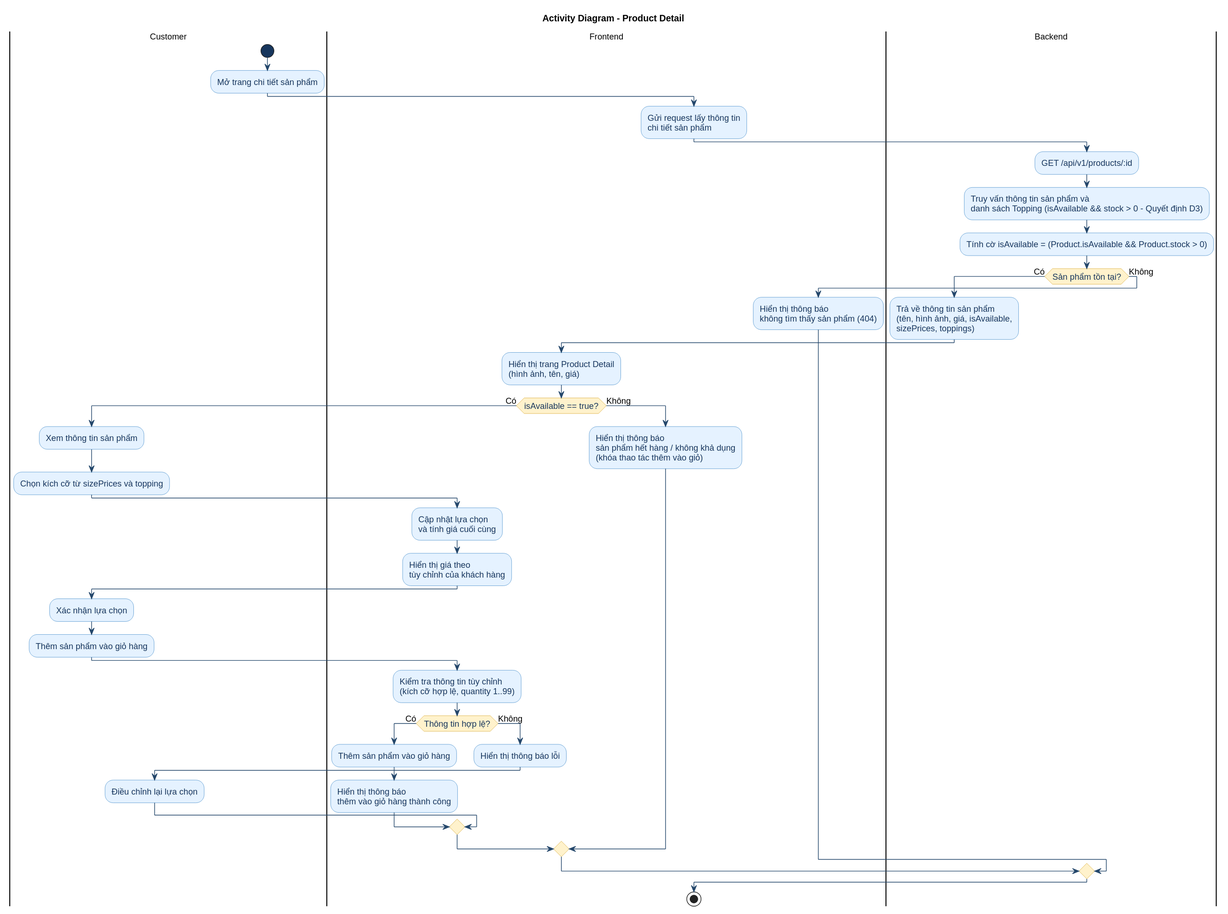
This is docs/diagrams/activity-product-detail.svg from Call-MeK/BrewLite_assignment_2, a PlantUML export, as it was before one commit. Source of this version:
```plantuml
@startuml
title Activity Diagram - Product Detail

skinparam backgroundColor white
skinparam shadowing false
skinparam defaultFontName Arial
skinparam defaultFontSize 13
skinparam ArrowColor #24476B

skinparam activity {
    BackgroundColor #E5F2FF
    BorderColor #3984C6
    FontColor #17365D
    DiamondBackgroundColor #FFF2CC
    DiamondBorderColor #D6A323
    StartColor #17365D
    EndColor #17365D
    BarColor #3984C6
}

|Customer|
start
:Mở trang chi tiết sản phẩm;

|Frontend|
:Gửi request lấy thông tin
chi tiết sản phẩm;

|Backend|
:GET /api/v1/products/:id;
:Truy vấn thông tin sản phẩm và
danh sách Topping (isAvailable && stock > 0 - Quyết định D3);
:Tính cờ isAvailable = (Product.isAvailable && Product.stock > 0);

if (Sản phẩm tồn tại?) then (Có)
    :Trả về thông tin sản phẩm
    (tên, hình ảnh, giá, isAvailable,
    sizePrices, toppings);

    |Frontend|
    :Hiển thị trang Product Detail
    (hình ảnh, tên, giá);

    if (isAvailable == true?) then (Có)
        |Customer|
        :Xem thông tin sản phẩm;
        :Chọn kích cỡ từ sizePrices và topping;

        |Frontend|
        :Cập nhật lựa chọn
        và tính giá cuối cùng;
        :Hiển thị giá theo
        tùy chỉnh của khách hàng;

        |Customer|
        :Xác nhận lựa chọn;
        :Thêm sản phẩm vào giỏ hàng;

        |Frontend|
        :Kiểm tra thông tin tùy chỉnh
        (kích cỡ hợp lệ, quantity 1..99);

        if (Thông tin hợp lệ?) then (Có)
            :Thêm sản phẩm vào giỏ hàng;
            :Hiển thị thông báo
            thêm vào giỏ hàng thành công;
        else (Không)
            :Hiển thị thông báo lỗi;
            |Customer|
            :Điều chỉnh lại lựa chọn;
        endif

    else (Không)
        |Frontend|
        :Hiển thị thông báo
        sản phẩm hết hàng / không khả dụng
        (khóa thao tác thêm vào giỏ);
    endif

else (Không)
    |Frontend|
    :Hiển thị thông báo
    không tìm thấy sản phẩm (404);
endif

stop
@enduml
```
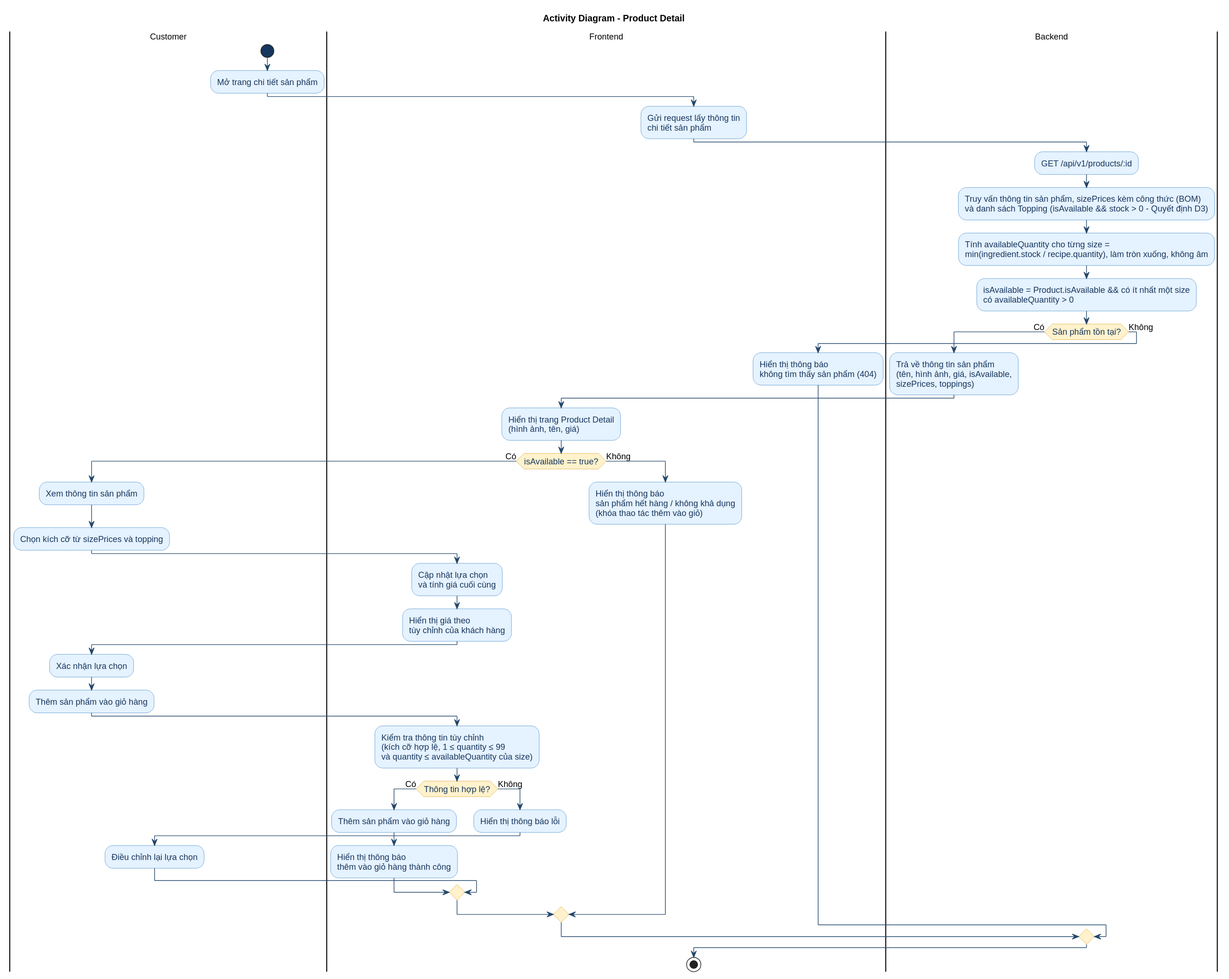
After the commit.

The edit, as a diff of the source:
```diff
@@ -28,9 +28,12 @@
 
 |Backend|
 :GET /api/v1/products/:id;
-:Truy vấn thông tin sản phẩm và
-danh sách Topping (isAvailable && stock > 0 - Quyết định D3);
-:Tính cờ isAvailable = (Product.isAvailable && Product.stock > 0);
+:Truy vấn thông tin sản phẩm, sizePrices kèm công thức (BOM)
+và danh sách Topping (isAvailable && stock > 0 - Quyết định D3);
+:Tính availableQuantity cho từng size =
+min(ingredient.stock / recipe.quantity), làm tròn xuống, không âm;
+:isAvailable = Product.isAvailable && có ít nhất một size
+có availableQuantity > 0;
 
 if (Sản phẩm tồn tại?) then (Có)
     :Trả về thông tin sản phẩm
@@ -58,7 +61,8 @@
 
         |Frontend|
         :Kiểm tra thông tin tùy chỉnh
-        (kích cỡ hợp lệ, quantity 1..99);
+        (kích cỡ hợp lệ, 1 ≤ quantity ≤ 99
+        và quantity ≤ availableQuantity của size);
 
         if (Thông tin hợp lệ?) then (Có)
             :Thêm sản phẩm vào giỏ hàng;
```
